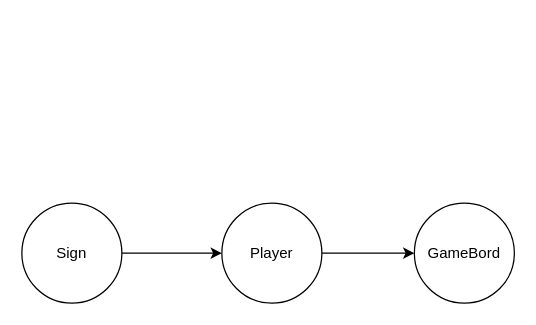
The draw.io diagram tic tac toe.drawio in Vint-Razor/job4j_design, before the edit. Source tidied: cells renumbered, new cells numbered last; positions are measured from the earlier drawing's top-left corner, leaving out a move shared by most shapes. Both pictures are drawn from the tidied source at 125%, with x=0, y=0 at pixel (21, 202).
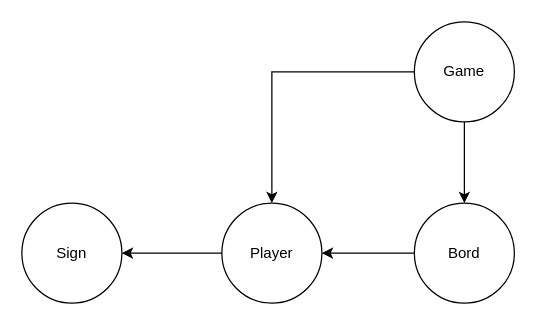
The same page after the edit.

The edit, as a diff of the source:
```diff
@@
 <mxGraphModel>
   <root>
     <mxCell id="0" />
     <mxCell id="1" parent="0" />
     <mxCell id="2" style="ellipse;whiteSpace=wrap;html=1;" parent="1" vertex="1">
       <mxGeometry width="80" height="80" as="geometry" />
     </mxCell>
     <mxCell id="3" style="ellipse;whiteSpace=wrap;html=1;" parent="1" vertex="1">
       <mxGeometry x="160" width="80" height="80" as="geometry" />
     </mxCell>
     <mxCell id="4" style="ellipse;whiteSpace=wrap;html=1;" parent="1" vertex="1">
       <mxGeometry x="314" width="80" height="80" as="geometry" />
     </mxCell>
     <mxCell id="5" value="Sign" style="text;html=1;strokeColor=none;fillColor=none;align=center;verticalAlign=middle;whiteSpace=wrap;rounded=0;" parent="1" vertex="1">
       <mxGeometry x="10" y="25" width="60" height="30" as="geometry" />
     </mxCell>
     <mxCell id="6" value="Player" style="text;html=1;strokeColor=none;fillColor=none;align=center;verticalAlign=middle;whiteSpace=wrap;rounded=0;" parent="1" vertex="1">
       <mxGeometry x="170" y="25" width="60" height="30" as="geometry" />
     </mxCell>
-    <mxCell id="7" value="GameBord" style="text;html=1;strokeColor=none;fillColor=none;align=center;verticalAlign=middle;whiteSpace=wrap;rounded=0;" parent="1" vertex="1">
+    <mxCell id="7" value="Bord" style="text;html=1;strokeColor=none;fillColor=none;align=center;verticalAlign=middle;whiteSpace=wrap;rounded=0;" parent="1" vertex="1">
       <mxGeometry x="324" y="25" width="60" height="30" as="geometry" />
     </mxCell>
-    <mxCell id="8" style="endArrow=classic;html=1;rounded=0;exitX=1;exitY=0.5;exitDx=0;exitDy=0;entryX=0;entryY=0.5;entryDx=0;entryDy=0;" parent="1" edge="1" source="2" target="3">
-      <mxGeometry relative="1" as="geometry" />
+    <mxCell id="8" style="endArrow=classic;html=1;rounded=0;exitX=0;exitY=0.5;exitDx=0;exitDy=0;entryX=0.5;entryY=0;entryDx=0;entryDy=0;" parent="1" edge="1" source="10" target="3">
+      <mxGeometry relative="1" as="geometry">
+        <Array as="points">
+          <mxPoint x="200" y="-105" />
+        </Array>
+      </mxGeometry>
     </mxCell>
-    <mxCell id="9" style="endArrow=classic;html=1;rounded=0;exitX=1;exitY=0.5;exitDx=0;exitDy=0;entryX=0;entryY=0.5;entryDx=0;entryDy=0;" parent="1" edge="1" source="3" target="4">
+    <mxCell id="9" style="endArrow=classic;html=1;rounded=0;entryX=0.5;entryY=0;entryDx=0;entryDy=0;exitX=0.5;exitY=1;exitDx=0;exitDy=0;" parent="1" edge="1" source="10" target="4">
       <mxGeometry relative="1" as="geometry" />
     </mxCell>
+    <mxCell id="10" style="ellipse;whiteSpace=wrap;html=1;" parent="1" vertex="1">
+      <mxGeometry x="314" y="-145" width="80" height="80" as="geometry" />
+    </mxCell>
+    <mxCell id="11" value="Game" style="text;html=1;strokeColor=none;fillColor=none;align=center;verticalAlign=middle;whiteSpace=wrap;rounded=0;" parent="1" vertex="1">
+      <mxGeometry x="324" y="-120" width="60" height="30" as="geometry" />
+    </mxCell>
+    <mxCell id="12" style="endArrow=classic;html=1;rounded=0;exitX=0;exitY=0.5;exitDx=0;exitDy=0;entryX=1;entryY=0.5;entryDx=0;entryDy=0;" parent="1" edge="1" source="4" target="3">
+      <mxGeometry relative="1" as="geometry" />
+    </mxCell>
+    <mxCell id="13" style="endArrow=classic;html=1;rounded=0;entryX=1;entryY=0.5;entryDx=0;entryDy=0;" parent="1" edge="1" target="2">
+      <mxGeometry relative="1" as="geometry">
+        <mxPoint x="160" y="40" as="sourcePoint" />
+      </mxGeometry>
+    </mxCell>
   </root>
 </mxGraphModel>
```
